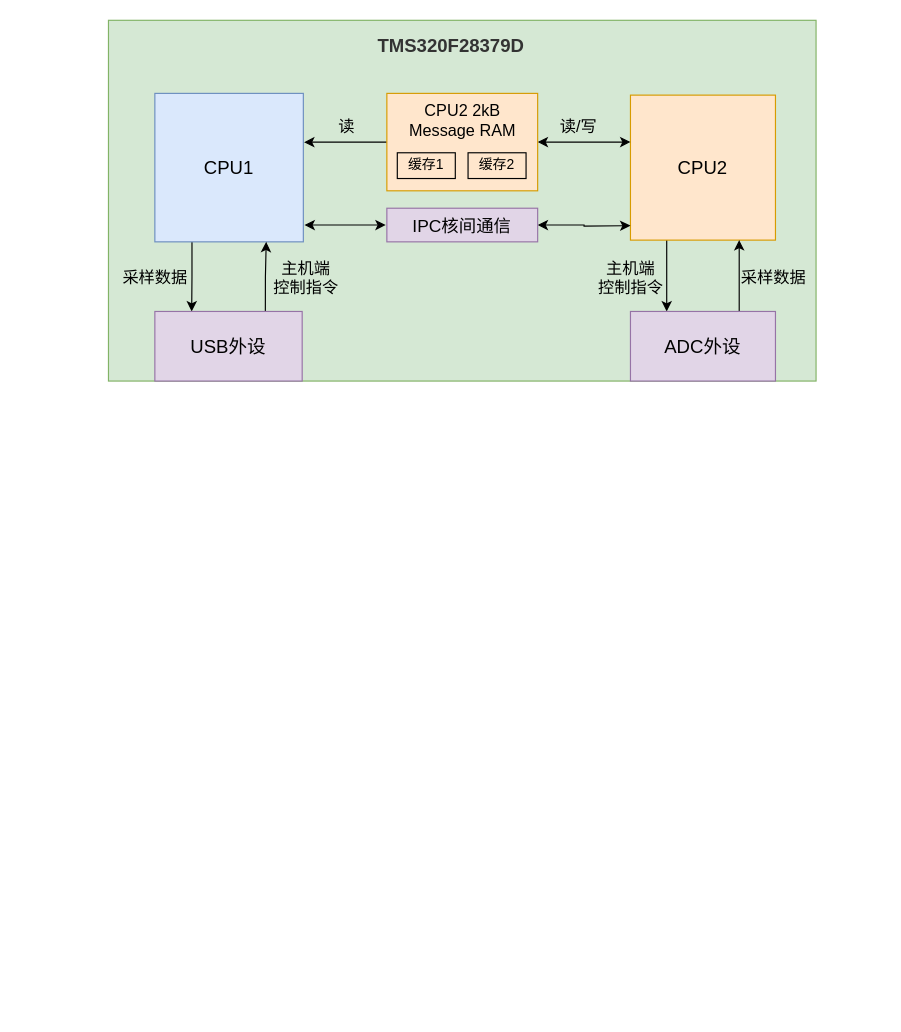
Before: page "DSP程序内部逻辑" (2 of 6) of Untitled Diagram.drawio in fuxinsen/test, a draw.io diagram. Source tidied: cells renumbered, new cells numbered last; positions are measured from the earlier drawing's top-left corner, leaving out a move shared by most shapes. Both pictures are drawn from the tidied source at 116%, with x=0, y=0 at pixel (108, 20).
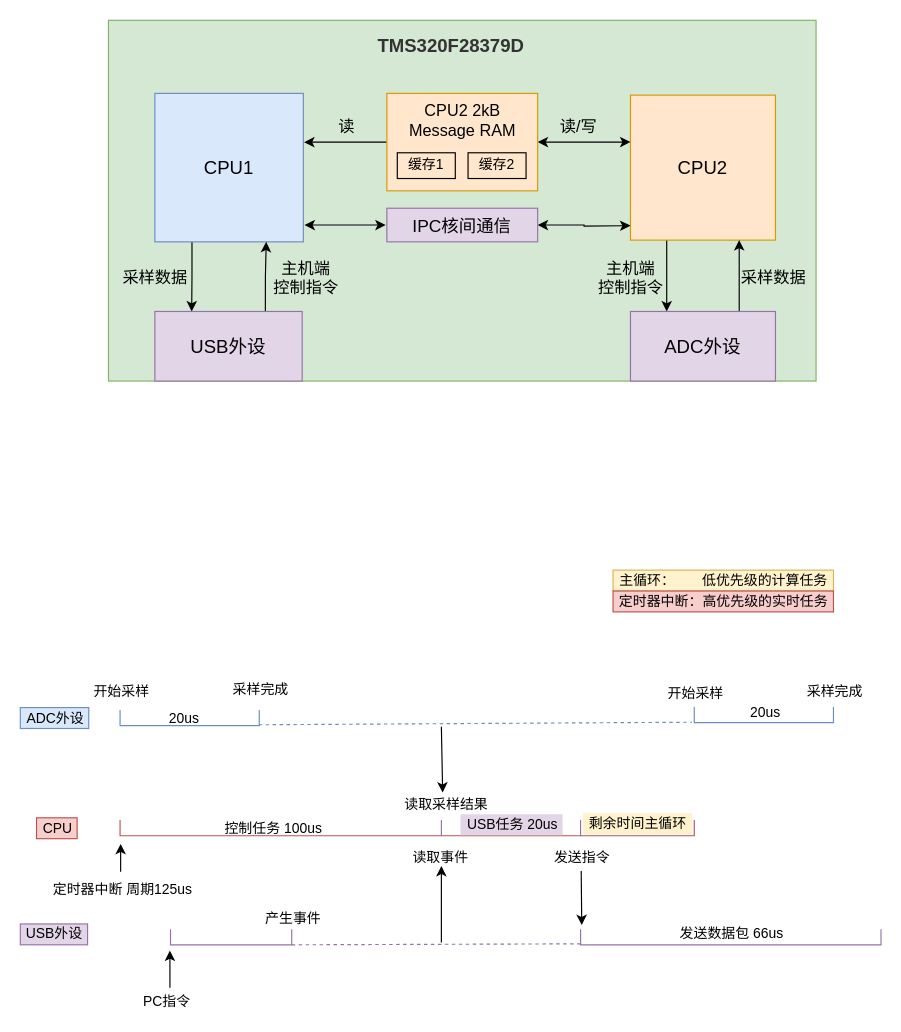
The same diagram, later.

The edit, as a diff of the source:
```diff
@@
+    <mxCell id="27" style="shape=partialRectangle;whiteSpace=wrap;html=1;bottom=1;right=1;left=1;top=0;routingCenterX=-0.5;strokeColor=#6c8ebf;fillColor=none;" parent="1" vertex="1">
+      <mxGeometry x="10" y="595" width="120" height="13" as="geometry" />
+    </mxCell>
+    <mxCell id="28" style="shape=partialRectangle;whiteSpace=wrap;html=1;bottom=1;right=1;left=1;top=0;routingCenterX=-0.5;strokeColor=#b85450;fillColor=none;" parent="1" vertex="1">
+      <mxGeometry x="10" y="690" width="495" height="13" as="geometry" />
+    </mxCell>
+    <mxCell id="29" style="shape=partialRectangle;whiteSpace=wrap;html=1;bottom=1;right=1;left=1;top=0;routingCenterX=-0.5;strokeColor=#9673a6;fillColor=none;" parent="1" vertex="1">
+      <mxGeometry x="407" y="784" width="259" height="13" as="geometry" />
+    </mxCell>
+    <mxCell id="30" style="shape=partialRectangle;whiteSpace=wrap;html=1;bottom=0;top=0;strokeColor=#9673a6;fillColor=none;" parent="1" vertex="1">
+      <mxGeometry x="287" y="690" width="120" height="13" as="geometry" />
+    </mxCell>
+    <mxCell id="31" value="ADC外设" style="text;html=1;align=center;verticalAlign=middle;strokeColor=#6c8ebf;fillColor=#dae8fc;" parent="1" vertex="1">
+      <mxGeometry x="-76" y="592.5" width="59" height="18" as="geometry" />
+    </mxCell>
+    <mxCell id="32" value="CPU" style="text;html=1;align=center;verticalAlign=middle;strokeColor=#b85450;fillColor=#f8cecc;" parent="1" vertex="1">
+      <mxGeometry x="-62" y="687.5" width="35" height="18" as="geometry" />
+    </mxCell>
+    <mxCell id="33" value="USB外设" style="text;html=1;align=center;verticalAlign=middle;strokeColor=#9673a6;fillColor=#e1d5e7;" parent="1" vertex="1">
+      <mxGeometry x="-76" y="779" width="58" height="18" as="geometry" />
+    </mxCell>
+    <mxCell id="34" value="开始采样" style="text;html=1;align=center;verticalAlign=middle;" parent="1" vertex="1">
+      <mxGeometry x="-18" y="570" width="58" height="18" as="geometry" />
+    </mxCell>
+    <mxCell id="35" value="采样完成" style="text;html=1;align=center;verticalAlign=middle;strokeColor=none;" parent="1" vertex="1">
+      <mxGeometry x="102" y="568" width="58" height="18" as="geometry" />
+    </mxCell>
+    <mxCell id="36" value="控制任务 100us" style="text;html=1;align=center;verticalAlign=middle;strokeColor=none;" parent="1" vertex="1">
+      <mxGeometry x="95" y="687.5" width="94" height="18" as="geometry" />
+    </mxCell>
+    <mxCell id="37" value="USB任务 20us" style="text;html=1;align=center;verticalAlign=middle;fillColor=#e1d5e7;" parent="1" vertex="1">
+      <mxGeometry x="303.5" y="684.5" width="88" height="18" as="geometry" />
+    </mxCell>
+    <mxCell id="38" value="剩余时间主循环" style="text;html=1;align=center;verticalAlign=middle;fillColor=#fff2cc;" parent="1" vertex="1">
+      <mxGeometry x="409" y="683.5" width="94" height="18" as="geometry" />
+    </mxCell>
+    <mxCell id="39" style="shape=partialRectangle;whiteSpace=wrap;html=1;bottom=1;right=1;left=1;top=0;routingCenterX=-0.5;strokeColor=#6c8ebf;fillColor=none;" parent="1" vertex="1">
+      <mxGeometry x="505" y="592.5" width="120" height="13" as="geometry" />
+    </mxCell>
+    <mxCell id="40" value="采样完成" style="text;html=1;align=center;verticalAlign=middle;strokeColor=none;" parent="1" vertex="1">
+      <mxGeometry x="597" y="570" width="58" height="18" as="geometry" />
+    </mxCell>
+    <mxCell id="41" value="开始采样" style="text;html=1;align=center;verticalAlign=middle;" parent="1" vertex="1">
+      <mxGeometry x="477" y="572" width="58" height="18" as="geometry" />
+    </mxCell>
+    <mxCell id="42" style="endArrow=none;dashed=1;html=1;exitX=0.996;exitY=1.026;exitDx=0;exitDy=0;exitPerimeter=0;entryX=-0.016;entryY=0.97;entryDx=0;entryDy=0;entryPerimeter=0;fillColor=#dae8fc;strokeColor=#6c8ebf;" parent="1" edge="1" target="39">
+      <mxGeometry relative="1" as="geometry">
+        <mxPoint x="129.5" y="607.3" as="sourcePoint" />
+      </mxGeometry>
+    </mxCell>
+    <mxCell id="43" value="20us" style="text;html=1;align=center;verticalAlign=middle;strokeColor=none;" parent="1" vertex="1">
+      <mxGeometry x="47" y="592.5" width="36" height="18" as="geometry" />
+    </mxCell>
+    <mxCell id="44" style="endArrow=classic;html=1;entryX=0.465;entryY=-0.097;entryDx=0;entryDy=0;entryPerimeter=0;" parent="1" edge="1">
+      <mxGeometry relative="1" as="geometry">
+        <mxPoint x="287" y="609" as="sourcePoint" />
+        <mxPoint x="288.1" y="665.8" as="targetPoint" />
+      </mxGeometry>
+    </mxCell>
+    <mxCell id="45" value="读取采样结果" style="text;html=1;align=center;verticalAlign=middle;strokeColor=none;" parent="1" vertex="1">
+      <mxGeometry x="250" y="666.5" width="82" height="18" as="geometry" />
+    </mxCell>
+    <mxCell id="46" value="20us" style="text;html=1;align=center;verticalAlign=middle;strokeColor=none;" parent="1" vertex="1">
+      <mxGeometry x="548" y="587.5" width="36" height="18" as="geometry" />
+    </mxCell>
+    <mxCell id="47" value="发送数据包 66us" style="text;html=1;align=center;verticalAlign=middle;strokeColor=none;" parent="1" vertex="1">
+      <mxGeometry x="486.5" y="779" width="100" height="18" as="geometry" />
+    </mxCell>
+    <mxCell id="48" style="shape=partialRectangle;whiteSpace=wrap;html=1;bottom=1;right=1;left=1;top=0;routingCenterX=-0.5;strokeColor=#9673a6;fillColor=none;" parent="1" vertex="1">
+      <mxGeometry x="53.5" y="784" width="104.5" height="13" as="geometry" />
+    </mxCell>
+    <mxCell id="49" style="endArrow=classic;html=1;exitX=0.492;exitY=1.129;exitDx=0;exitDy=0;exitPerimeter=0;" parent="1" edge="1" source="58">
+      <mxGeometry relative="1" as="geometry">
+        <mxPoint x="408" y="780" as="targetPoint" />
+      </mxGeometry>
+    </mxCell>
+    <mxCell id="50" value="主循环：&amp;nbsp; &amp;nbsp; &amp;nbsp; &amp;nbsp;低优先级的计算任务" style="text;html=1;align=center;verticalAlign=middle;strokeColor=#d6b656;fillColor=#fff2cc;" parent="1" vertex="1">
+      <mxGeometry x="435" y="474" width="190" height="18" as="geometry" />
+    </mxCell>
+    <mxCell id="51" value="定时器中断：高优先级的实时任务" style="text;html=1;align=center;verticalAlign=middle;strokeColor=#b85450;fillColor=#f8cecc;" parent="1" vertex="1">
+      <mxGeometry x="435" y="492" width="190" height="18" as="geometry" />
+    </mxCell>
+    <mxCell id="52" style="endArrow=classic;html=1;entryX=-0.005;entryY=1.385;entryDx=0;entryDy=0;entryPerimeter=0;" parent="1" edge="1" target="48">
+      <mxGeometry relative="1" as="geometry">
+        <mxPoint x="53" y="834" as="sourcePoint" />
+        <Array as="points">
+          <mxPoint x="53" y="823" />
+        </Array>
+      </mxGeometry>
+    </mxCell>
+    <mxCell id="53" value="PC指令" style="text;html=1;align=center;verticalAlign=middle;strokeColor=none;" parent="1" vertex="1">
+      <mxGeometry x="25" y="837" width="50" height="18" as="geometry" />
+    </mxCell>
+    <mxCell id="54" value="产生事件" style="text;html=1;align=center;verticalAlign=middle;strokeColor=none;" parent="1" vertex="1">
+      <mxGeometry x="130" y="766" width="58" height="18" as="geometry" />
+    </mxCell>
+    <mxCell id="55" style="endArrow=none;dashed=1;html=1;fillColor=#e1d5e7;strokeColor=#9673a6;entryX=0.002;entryY=0.934;entryDx=0;entryDy=0;entryPerimeter=0;" parent="1" edge="1" target="29">
+      <mxGeometry relative="1" as="geometry">
+        <mxPoint x="158" y="797" as="sourcePoint" />
+      </mxGeometry>
+    </mxCell>
+    <mxCell id="56" style="endArrow=classic;html=1;entryX=-0.005;entryY=1.385;entryDx=0;entryDy=0;entryPerimeter=0;" parent="1" edge="1">
+      <mxGeometry relative="1" as="geometry">
+        <mxPoint x="287" y="795" as="sourcePoint" />
+        <mxPoint x="287" y="729" as="targetPoint" />
+        <Array as="points">
+          <mxPoint x="287" y="750" />
+        </Array>
+      </mxGeometry>
+    </mxCell>
+    <mxCell id="57" value="读取事件" style="text;html=1;align=center;verticalAlign=middle;strokeColor=none;" parent="1" vertex="1">
+      <mxGeometry x="257" y="713" width="58" height="18" as="geometry" />
+    </mxCell>
+    <mxCell id="58" value="发送指令" style="text;html=1;align=center;verticalAlign=middle;points=[];strokeColor=none;" parent="1" vertex="1">
+      <mxGeometry x="379" y="713" width="58" height="18" as="geometry" />
+    </mxCell>
+    <mxCell id="59" style="endArrow=classic;html=1;" parent="1" edge="1">
+      <mxGeometry relative="1" as="geometry">
+        <mxPoint x="10.5" y="734" as="sourcePoint" />
+        <mxPoint x="10.5" y="710" as="targetPoint" />
+      </mxGeometry>
+    </mxCell>
+    <mxCell id="60" value="定时器中断 周期125us" style="text;html=1;align=center;verticalAlign=middle;strokeColor=none;" parent="1" vertex="1">
+      <mxGeometry x="-53" y="741" width="130" height="18" as="geometry" />
+    </mxCell>
```
